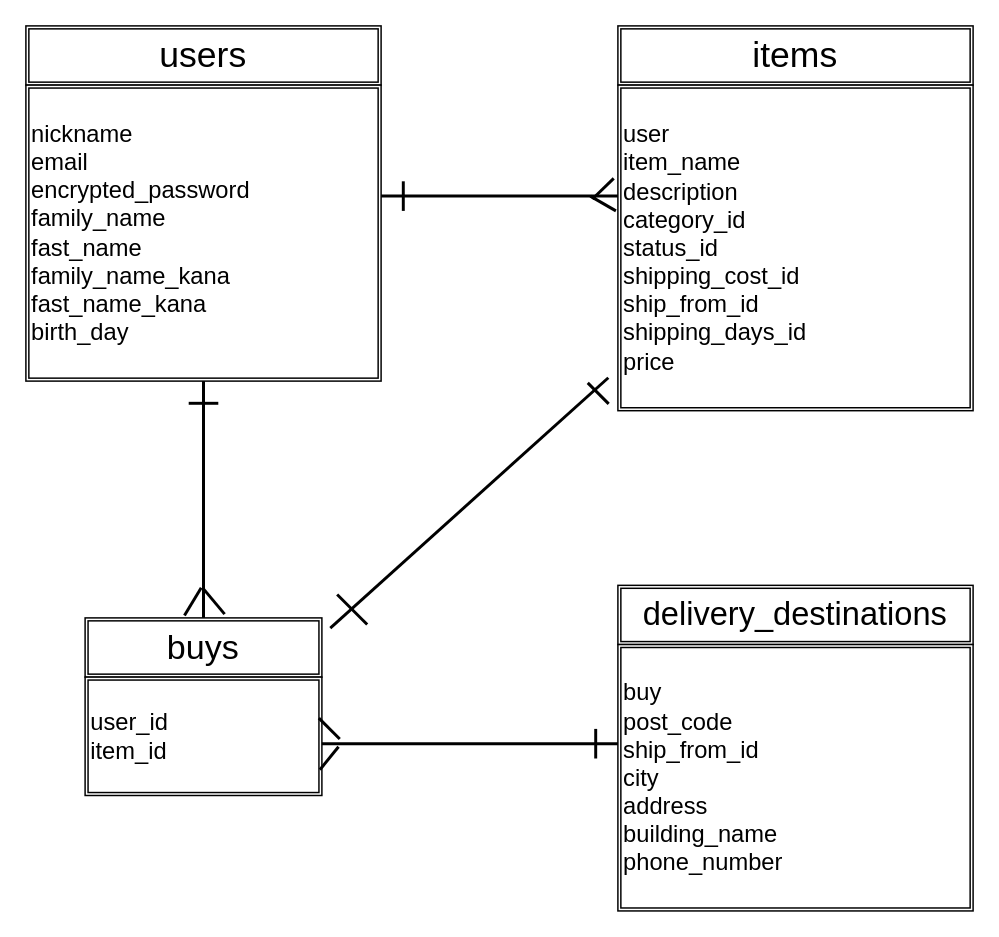
This is FURIMA-34727.dio from LYFTaoz/furima-34727, a draw.io file, before an edit. Source tidied: cells renumbered, new cells numbered last; positions are measured from the earlier drawing's top-left corner, leaving out a move shared by most shapes. Both pictures are drawn from the tidied source at 148%, with x=0, y=0 at pixel (25, 25).
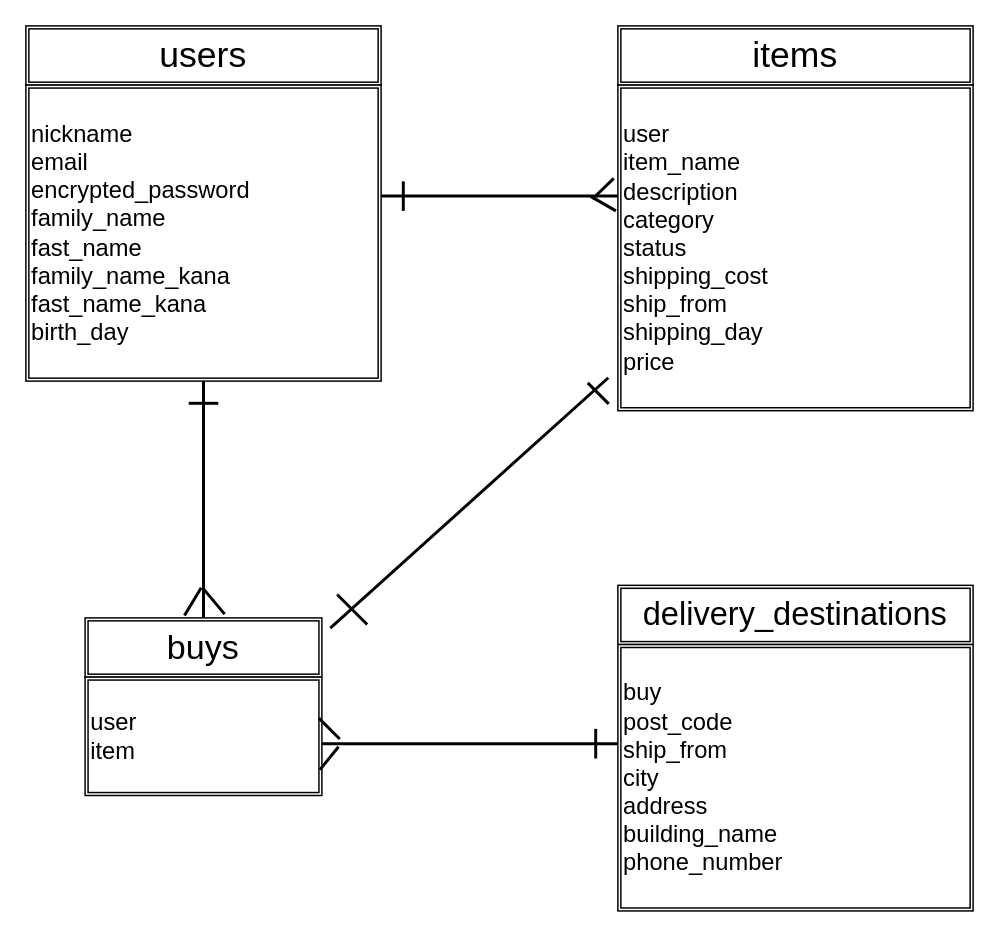
Above is the later version.

Commit message:
データベース設計　修正７

Diff of the diagram source:
```diff
@@
-    <mxCell id="6" value="user_id&lt;br&gt;item_id" style="shape=ext;double=1;rounded=0;whiteSpace=wrap;html=1;fontSize=16;align=left;" parent="1" vertex="1">
+    <mxCell id="6" value="user&lt;br&gt;item" style="shape=ext;double=1;rounded=0;whiteSpace=wrap;html=1;fontSize=16;align=left;" parent="1" vertex="1">
       <mxGeometry x="40" y="440" width="160" height="80" as="geometry" />
     </mxCell>
@@
-    <mxCell id="8" value="buy&lt;br&gt;post_code&lt;br&gt;ship_from_id&lt;br&gt;city&lt;br&gt;address&lt;br&gt;building_name&lt;br&gt;phone_number" style="shape=ext;double=1;rounded=0;whiteSpace=wrap;html=1;fontSize=16;align=left;" parent="1" vertex="1">
+    <mxCell id="8" value="buy&lt;br&gt;post_code&lt;br&gt;ship_from&lt;br&gt;city&lt;br&gt;address&lt;br&gt;building_name&lt;br&gt;phone_number" style="shape=ext;double=1;rounded=0;whiteSpace=wrap;html=1;fontSize=16;align=left;" parent="1" vertex="1">
       <mxGeometry x="400" y="418" width="240" height="180" as="geometry" />
     </mxCell>
@@
-    <mxCell id="10" value="user&lt;br&gt;item_name&lt;br&gt;description&lt;br&gt;category_id&lt;br&gt;status_id&lt;br&gt;shipping_cost_id&lt;br&gt;ship_from_id&lt;br&gt;shipping_days_id&lt;br&gt;price" style="shape=ext;double=1;rounded=0;whiteSpace=wrap;html=1;fontSize=16;align=left;" parent="1" vertex="1">
+    <mxCell id="10" value="user&lt;br&gt;item_name&lt;br&gt;description&lt;br&gt;category&lt;br&gt;status&lt;br&gt;shipping_cost&lt;br&gt;ship_from&lt;br&gt;shipping_day&lt;br&gt;price" style="shape=ext;double=1;rounded=0;whiteSpace=wrap;html=1;fontSize=16;align=left;" parent="1" vertex="1">
       <mxGeometry x="400" y="40" width="240" height="220" as="geometry" />
     </mxCell>
```
